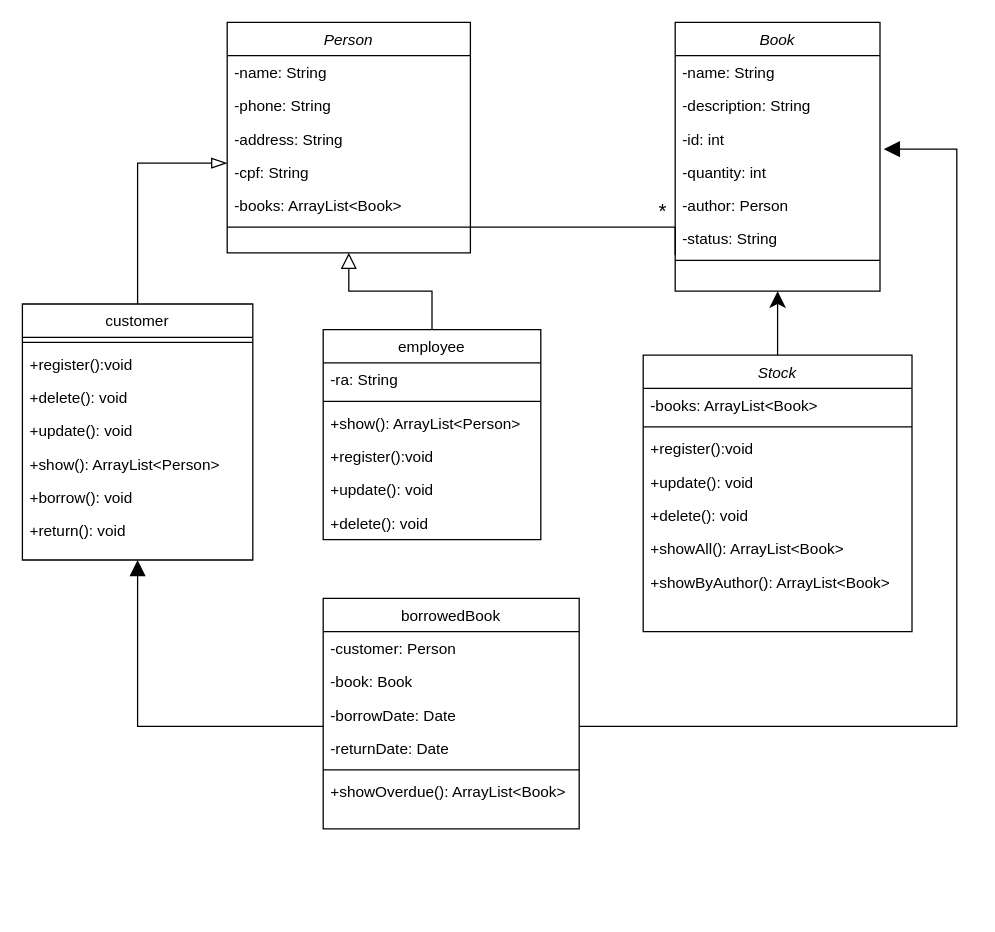
This is Untitled Diagram.drawio from JuanIWK3/diagrams, a draw.io file, before an edit. Source tidied: cells renumbered, new cells numbered last; positions are measured from the earlier drawing's top-left corner, leaving out a move shared by most shapes. Both pictures are drawn from the tidied source at 128%, with x=0, y=0 at pixel (22, 22).
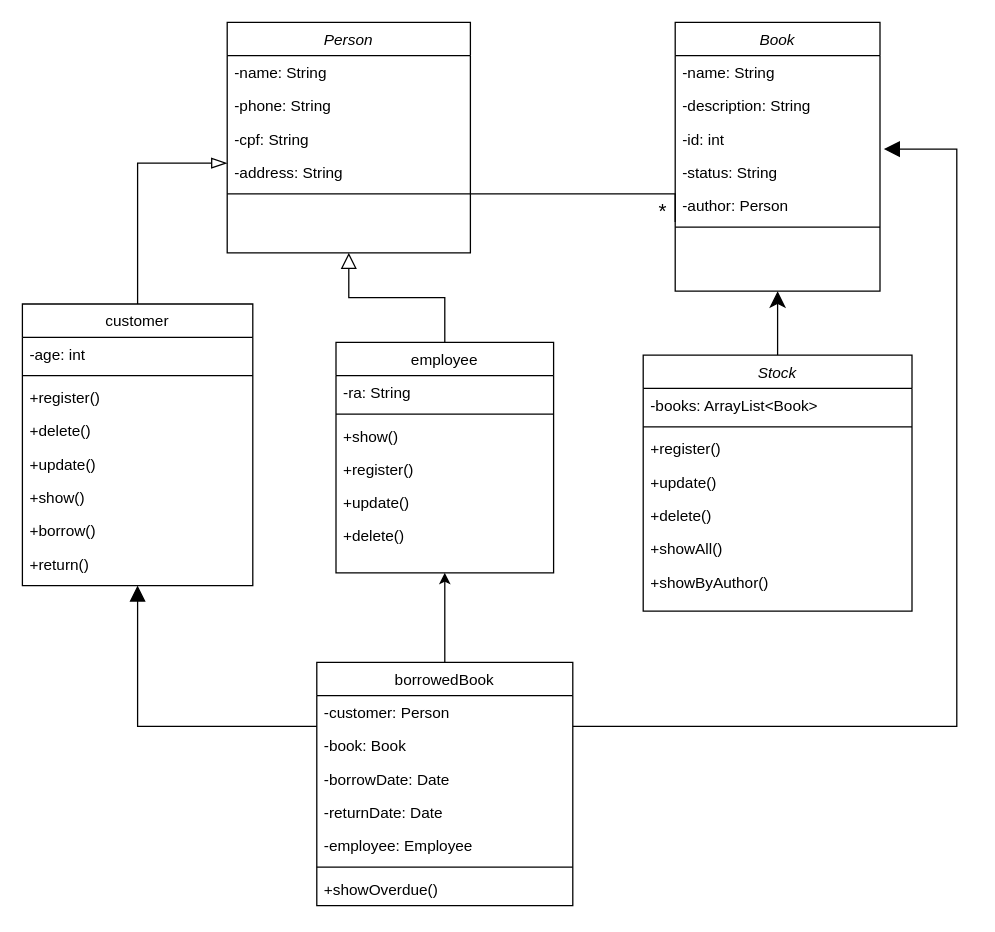
The same diagram, later.

The change refers to these unchanged cells:
```xml
<mxCell id="2" value="Person" style="swimlane;fontStyle=2;align=center;verticalAlign=top;horizontal=1;startSize=26;rounded=0;shadow=0;strokeWidth=1;" parent="1" vertex="1">
  <mxGeometry x="160" width="190" height="180" as="geometry" />
</mxCell>
<mxCell id="26" value="Book" style="swimlane;fontStyle=2;align=center;verticalAlign=top;horizontal=1;startSize=26;rounded=0;shadow=0;strokeWidth=1;" parent="1" vertex="1">
  <mxGeometry x="510" width="160" height="210" as="geometry" />
</mxCell>
```

The edit, as a diff of the source:
```diff
@@
-    <mxCell id="5" value="-address: String" style="text;align=left;verticalAlign=top;spacingLeft=4;spacingRight=4;overflow=hidden;rounded=0;shadow=0;html=0;" parent="2" vertex="1">
-      <mxGeometry y="78" width="190" height="26" as="geometry" />
-    </mxCell>
     <mxCell id="6" value="-cpf: String" style="text;align=left;verticalAlign=top;spacingLeft=4;spacingRight=4;overflow=hidden;rounded=0;shadow=0;html=0;" parent="2" vertex="1">
-      <mxGeometry y="104" width="190" height="26" as="geometry" />
+      <mxGeometry y="78" width="190" height="26" as="geometry" />
     </mxCell>
-    <mxCell id="7" value="-books: ArrayList&lt;Book&gt;" style="text;align=left;verticalAlign=top;spacingLeft=4;spacingRight=4;overflow=hidden;rounded=0;shadow=0;html=0;" parent="2" vertex="1">
-      <mxGeometry y="130" width="190" height="26" as="geometry" />
-    </mxCell>
+    <mxCell id="54" value="-address: String" style="text;align=left;verticalAlign=top;spacingLeft=4;spacingRight=4;overflow=hidden;rounded=0;shadow=0;html=0;" parent="2" vertex="1">
+      <mxGeometry y="104" width="190" height="26" as="geometry" />
+    </mxCell>
     <mxCell id="8" style="line;html=1;strokeWidth=1;align=left;verticalAlign=middle;spacingTop=-1;spacingLeft=3;spacingRight=3;labelPosition=right;points=[];portConstraint=eastwest;" parent="2" vertex="1">
-      <mxGeometry y="156" width="190" height="8" as="geometry" />
+      <mxGeometry y="130" width="190" height="8" as="geometry" />
     </mxCell>
     <mxCell id="9" value="customer" style="swimlane;fontStyle=0;align=center;verticalAlign=top;horizontal=1;startSize=26;rounded=0;shadow=0;strokeWidth=1;" parent="1" vertex="1">
-      <mxGeometry y="220" width="180" height="200" as="geometry" />
+      <mxGeometry y="220" width="180" height="220" as="geometry" />
     </mxCell>
+    <mxCell id="5" value="-age: int" style="text;align=left;verticalAlign=top;spacingLeft=4;spacingRight=4;overflow=hidden;rounded=0;shadow=0;html=0;" parent="9" vertex="1">
+      <mxGeometry y="26" width="180" height="26" as="geometry" />
+    </mxCell>
     <mxCell id="10" style="line;html=1;strokeWidth=1;align=left;verticalAlign=middle;spacingTop=-1;spacingLeft=3;spacingRight=3;labelPosition=right;" parent="9" vertex="1">
-      <mxGeometry y="26" width="180" height="8" as="geometry" />
+      <mxGeometry y="52" width="180" height="8" as="geometry" />
     </mxCell>
-    <mxCell id="11" value="+register():void" style="text;align=left;verticalAlign=top;spacingLeft=4;spacingRight=4;overflow=hidden;" parent="9" vertex="1">
-      <mxGeometry y="34" width="180" height="26" as="geometry" />
+    <mxCell id="11" value="+register()&#10;" style="text;align=left;verticalAlign=top;spacingLeft=4;spacingRight=4;overflow=hidden;" parent="9" vertex="1">
+      <mxGeometry y="60" width="180" height="26" as="geometry" />
     </mxCell>
-    <mxCell id="12" value="+delete(): void" style="text;align=left;verticalAlign=top;spacingLeft=4;spacingRight=4;overflow=hidden;" parent="9" vertex="1">
-      <mxGeometry y="60" width="180" height="26" as="geometry" />
+    <mxCell id="12" value="+delete()" style="text;align=left;verticalAlign=top;spacingLeft=4;spacingRight=4;overflow=hidden;" parent="9" vertex="1">
+      <mxGeometry y="86" width="180" height="26" as="geometry" />
     </mxCell>
-    <mxCell id="13" value="+update(): void" style="text;align=left;verticalAlign=top;spacingLeft=4;spacingRight=4;overflow=hidden;" parent="9" vertex="1">
-      <mxGeometry y="86" width="180" height="26" as="geometry" />
+    <mxCell id="13" value="+update()" style="text;align=left;verticalAlign=top;spacingLeft=4;spacingRight=4;overflow=hidden;" parent="9" vertex="1">
+      <mxGeometry y="112" width="180" height="26" as="geometry" />
     </mxCell>
-    <mxCell id="14" value="+show(): ArrayList&lt;Person&gt;" style="text;align=left;verticalAlign=top;spacingLeft=4;spacingRight=4;overflow=hidden;" parent="9" vertex="1">
-      <mxGeometry y="112" width="180" height="26" as="geometry" />
+    <mxCell id="14" value="+show()" style="text;align=left;verticalAlign=top;spacingLeft=4;spacingRight=4;overflow=hidden;" parent="9" vertex="1">
+      <mxGeometry y="138" width="180" height="26" as="geometry" />
     </mxCell>
-    <mxCell id="15" value="+borrow(): void" style="text;align=left;verticalAlign=top;spacingLeft=4;spacingRight=4;overflow=hidden;" parent="9" vertex="1">
-      <mxGeometry y="138" width="180" height="26" as="geometry" />
+    <mxCell id="15" value="+borrow()" style="text;align=left;verticalAlign=top;spacingLeft=4;spacingRight=4;overflow=hidden;" parent="9" vertex="1">
+      <mxGeometry y="164" width="180" height="26" as="geometry" />
     </mxCell>
-    <mxCell id="16" value="+return(): void" style="text;align=left;verticalAlign=top;spacingLeft=4;spacingRight=4;overflow=hidden;" parent="9" vertex="1">
-      <mxGeometry y="164" width="180" height="26" as="geometry" />
+    <mxCell id="16" value="+return()" style="text;align=left;verticalAlign=top;spacingLeft=4;spacingRight=4;overflow=hidden;" parent="9" vertex="1">
+      <mxGeometry y="190" width="180" height="26" as="geometry" />
     </mxCell>
@@
     <mxCell id="19" value="employee" style="swimlane;fontStyle=0;align=center;verticalAlign=top;horizontal=1;startSize=26;rounded=0;shadow=0;strokeWidth=1;" parent="1" vertex="1">
-      <mxGeometry x="235" y="240" width="170" height="164" as="geometry" />
+      <mxGeometry x="245" y="250" width="170" height="180" as="geometry" />
     </mxCell>
@@
-    <mxCell id="22" value="+show(): ArrayList&lt;Person&gt;" style="text;align=left;verticalAlign=top;spacingLeft=4;spacingRight=4;overflow=hidden;" parent="19" vertex="1">
+    <mxCell id="22" value="+show()" style="text;align=left;verticalAlign=top;spacingLeft=4;spacingRight=4;overflow=hidden;" parent="19" vertex="1">
       <mxGeometry y="60" width="170" height="26" as="geometry" />
     </mxCell>
-    <mxCell id="23" value="+register():void" style="text;align=left;verticalAlign=top;spacingLeft=4;spacingRight=4;overflow=hidden;" parent="19" vertex="1">
+    <mxCell id="23" value="+register()" style="text;align=left;verticalAlign=top;spacingLeft=4;spacingRight=4;overflow=hidden;" parent="19" vertex="1">
       <mxGeometry y="86" width="170" height="26" as="geometry" />
     </mxCell>
-    <mxCell id="24" value="+update(): void" style="text;align=left;verticalAlign=top;spacingLeft=4;spacingRight=4;overflow=hidden;" parent="19" vertex="1">
+    <mxCell id="24" value="+update()" style="text;align=left;verticalAlign=top;spacingLeft=4;spacingRight=4;overflow=hidden;" parent="19" vertex="1">
       <mxGeometry y="112" width="170" height="26" as="geometry" />
     </mxCell>
-    <mxCell id="25" value="+delete(): void" style="text;align=left;verticalAlign=top;spacingLeft=4;spacingRight=4;overflow=hidden;" parent="19" vertex="1">
+    <mxCell id="25" value="+delete()" style="text;align=left;verticalAlign=top;spacingLeft=4;spacingRight=4;overflow=hidden;" parent="19" vertex="1">
       <mxGeometry y="138" width="170" height="26" as="geometry" />
     </mxCell>
@@
-    <mxCell id="30" value="-quantity: int" style="text;align=left;verticalAlign=top;spacingLeft=4;spacingRight=4;overflow=hidden;points=[[0,0.5],[1,0.5]];portConstraint=eastwest;" parent="26" vertex="1">
-      <mxGeometry y="104" width="160" height="26" as="geometry" />
-    </mxCell>
+    <mxCell id="32" value="-status: String" style="text;align=left;verticalAlign=top;spacingLeft=4;spacingRight=4;overflow=hidden;" parent="26" vertex="1">
+      <mxGeometry y="104" width="160" height="26" as="geometry" />
+    </mxCell>
@@
-    <mxCell id="32" value="-status: String" style="text;align=left;verticalAlign=top;spacingLeft=4;spacingRight=4;overflow=hidden;" parent="26" vertex="1">
-      <mxGeometry y="156" width="160" height="26" as="geometry" />
-    </mxCell>
     <mxCell id="33" style="line;html=1;strokeWidth=1;align=left;verticalAlign=middle;spacingTop=-1;spacingLeft=3;spacingRight=3;labelPosition=right;points=[];portConstraint=eastwest;" parent="26" vertex="1">
-      <mxGeometry y="182" width="160" height="8" as="geometry" />
+      <mxGeometry y="156" width="160" height="8" as="geometry" />
     </mxCell>
@@
     <mxCell id="35" value="Stock" style="swimlane;fontStyle=2;align=center;verticalAlign=top;horizontal=1;startSize=26;rounded=0;shadow=0;strokeWidth=1;" parent="1" vertex="1">
-      <mxGeometry x="485" y="260" width="210" height="216" as="geometry" />
+      <mxGeometry x="485" y="260" width="210" height="200" as="geometry" />
     </mxCell>
@@
-    <mxCell id="38" value="+register():void" style="text;align=left;verticalAlign=top;spacingLeft=4;spacingRight=4;overflow=hidden;" parent="35" vertex="1">
+    <mxCell id="38" value="+register()" style="text;align=left;verticalAlign=top;spacingLeft=4;spacingRight=4;overflow=hidden;" parent="35" vertex="1">
       <mxGeometry y="60" width="210" height="26" as="geometry" />
     </mxCell>
-    <mxCell id="39" value="+update(): void" style="text;align=left;verticalAlign=top;spacingLeft=4;spacingRight=4;overflow=hidden;" parent="35" vertex="1">
+    <mxCell id="39" value="+update()" style="text;align=left;verticalAlign=top;spacingLeft=4;spacingRight=4;overflow=hidden;" parent="35" vertex="1">
       <mxGeometry y="86" width="210" height="26" as="geometry" />
     </mxCell>
-    <mxCell id="40" value="+delete(): void" style="text;align=left;verticalAlign=top;spacingLeft=4;spacingRight=4;overflow=hidden;" parent="35" vertex="1">
+    <mxCell id="40" value="+delete()" style="text;align=left;verticalAlign=top;spacingLeft=4;spacingRight=4;overflow=hidden;" parent="35" vertex="1">
       <mxGeometry y="112" width="210" height="26" as="geometry" />
     </mxCell>
-    <mxCell id="41" value="+showAll(): ArrayList&lt;Book&gt;" style="text;align=left;verticalAlign=top;spacingLeft=4;spacingRight=4;overflow=hidden;" parent="35" vertex="1">
+    <mxCell id="41" value="+showAll()" style="text;align=left;verticalAlign=top;spacingLeft=4;spacingRight=4;overflow=hidden;" parent="35" vertex="1">
       <mxGeometry y="138" width="210" height="26" as="geometry" />
     </mxCell>
-    <mxCell id="42" value="+showByAuthor(): ArrayList&lt;Book&gt;" style="text;align=left;verticalAlign=top;spacingLeft=4;spacingRight=4;overflow=hidden;" parent="35" vertex="1">
+    <mxCell id="42" value="+showByAuthor()" style="text;align=left;verticalAlign=top;spacingLeft=4;spacingRight=4;overflow=hidden;" parent="35" vertex="1">
       <mxGeometry y="164" width="210" height="26" as="geometry" />
     </mxCell>
@@
-    <mxCell id="46" style="edgeStyle=orthogonalEdgeStyle;rounded=0;jettySize=auto;html=1;entryX=1.019;entryY=-0.192;entryDx=0;entryDy=0;fontSize=16;endArrow=block;endFill=1;startSize=6;endSize=10;entryPerimeter=0;" parent="1" edge="1" source="47" target="30">
+    <mxCell id="46" style="edgeStyle=orthogonalEdgeStyle;rounded=0;jettySize=auto;html=1;entryX=1.019;entryY=-0.192;entryDx=0;entryDy=0;fontSize=16;endArrow=block;endFill=1;startSize=6;endSize=10;entryPerimeter=0;" parent="1" edge="1" source="47">
       <mxGeometry relative="1" as="geometry">
+        <mxPoint x="673" y="99" as="targetPoint" />
         <Array as="points">
           <mxPoint x="730" y="550" />
           <mxPoint x="730" y="99" />
         </Array>
       </mxGeometry>
     </mxCell>
+    <mxCell id="55" style="edgeStyle=orthogonalEdgeStyle;rounded=0;jettySize=auto;html=1;entryX=0.5;entryY=1;entryDx=0;entryDy=0;" parent="1" edge="1" source="47" target="19">
+      <mxGeometry relative="1" as="geometry" />
+    </mxCell>
     <mxCell id="47" value="borrowedBook" style="swimlane;fontStyle=0;align=center;verticalAlign=top;horizontal=1;startSize=26;rounded=0;shadow=0;strokeWidth=1;" parent="1" vertex="1">
-      <mxGeometry x="235" y="450" width="200" height="180" as="geometry" />
+      <mxGeometry x="230" y="500" width="200" height="190" as="geometry" />
     </mxCell>
@@
+    <mxCell id="56" value="-employee: Employee" style="text;align=left;verticalAlign=top;spacingLeft=4;spacingRight=4;overflow=hidden;" parent="47" vertex="1">
+      <mxGeometry y="130" width="200" height="26" as="geometry" />
+    </mxCell>
     <mxCell id="52" style="line;html=1;strokeWidth=1;align=left;verticalAlign=middle;spacingTop=-1;spacingLeft=3;spacingRight=3;labelPosition=right;" parent="47" vertex="1">
-      <mxGeometry y="130" width="200" height="8" as="geometry" />
+      <mxGeometry y="156" width="200" height="8" as="geometry" />
     </mxCell>
-    <mxCell id="53" value="+showOverdue(): ArrayList&lt;Book&gt;" style="text;align=left;verticalAlign=top;spacingLeft=4;spacingRight=4;overflow=hidden;" parent="47" vertex="1">
-      <mxGeometry y="138" width="200" height="26" as="geometry" />
+    <mxCell id="53" value="+showOverdue()" style="text;align=left;verticalAlign=top;spacingLeft=4;spacingRight=4;overflow=hidden;" parent="47" vertex="1">
+      <mxGeometry y="164" width="200" height="26" as="geometry" />
     </mxCell>
```
